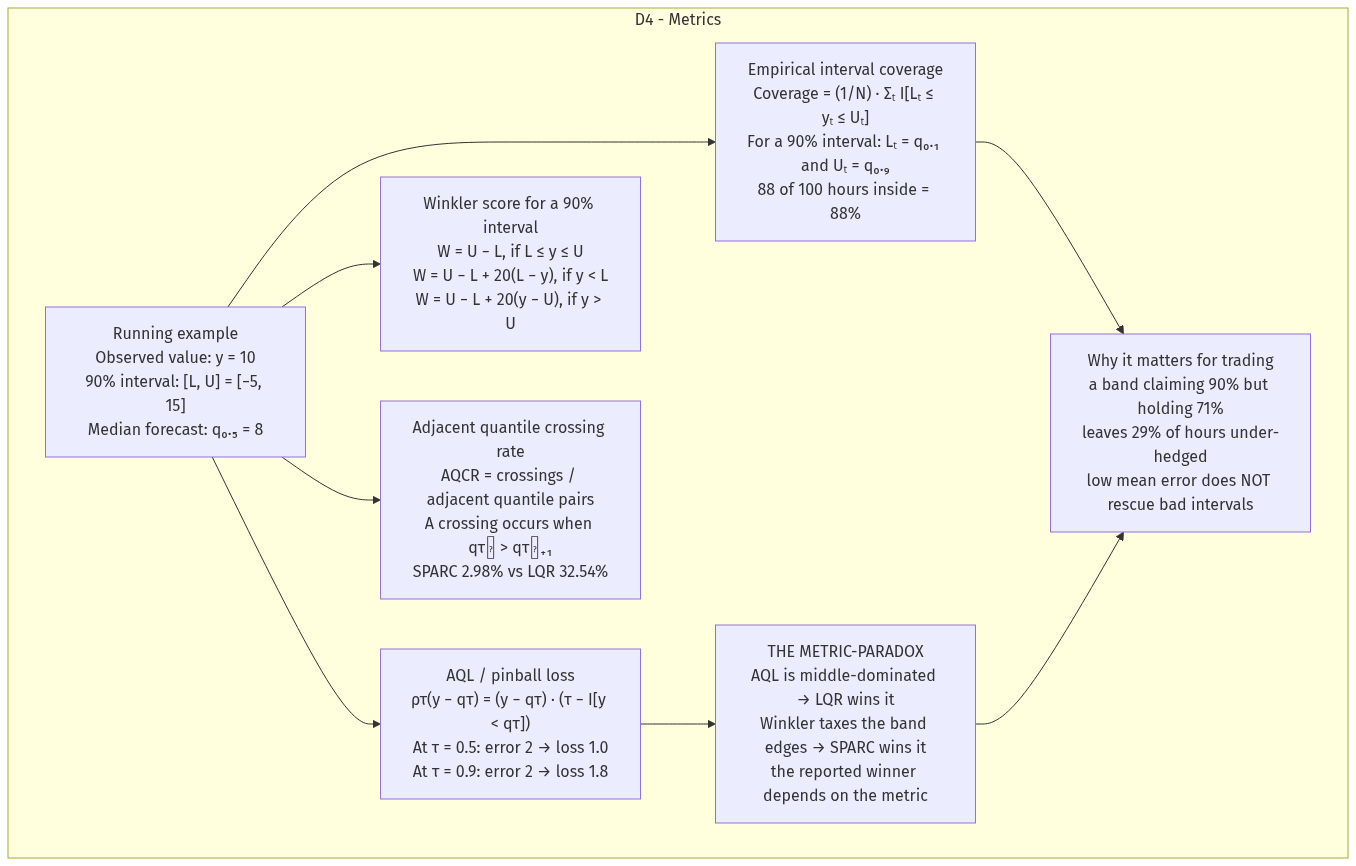
L1ZLe/ercot-casp-paper keeps this Mermaid diagram as docs/explanation/06-sparc-flow-05-G_D4.png. Above is the earlier version. Its source is kept beside it as docs/explanation/06-sparc-flow-05-G_D4.mmd.
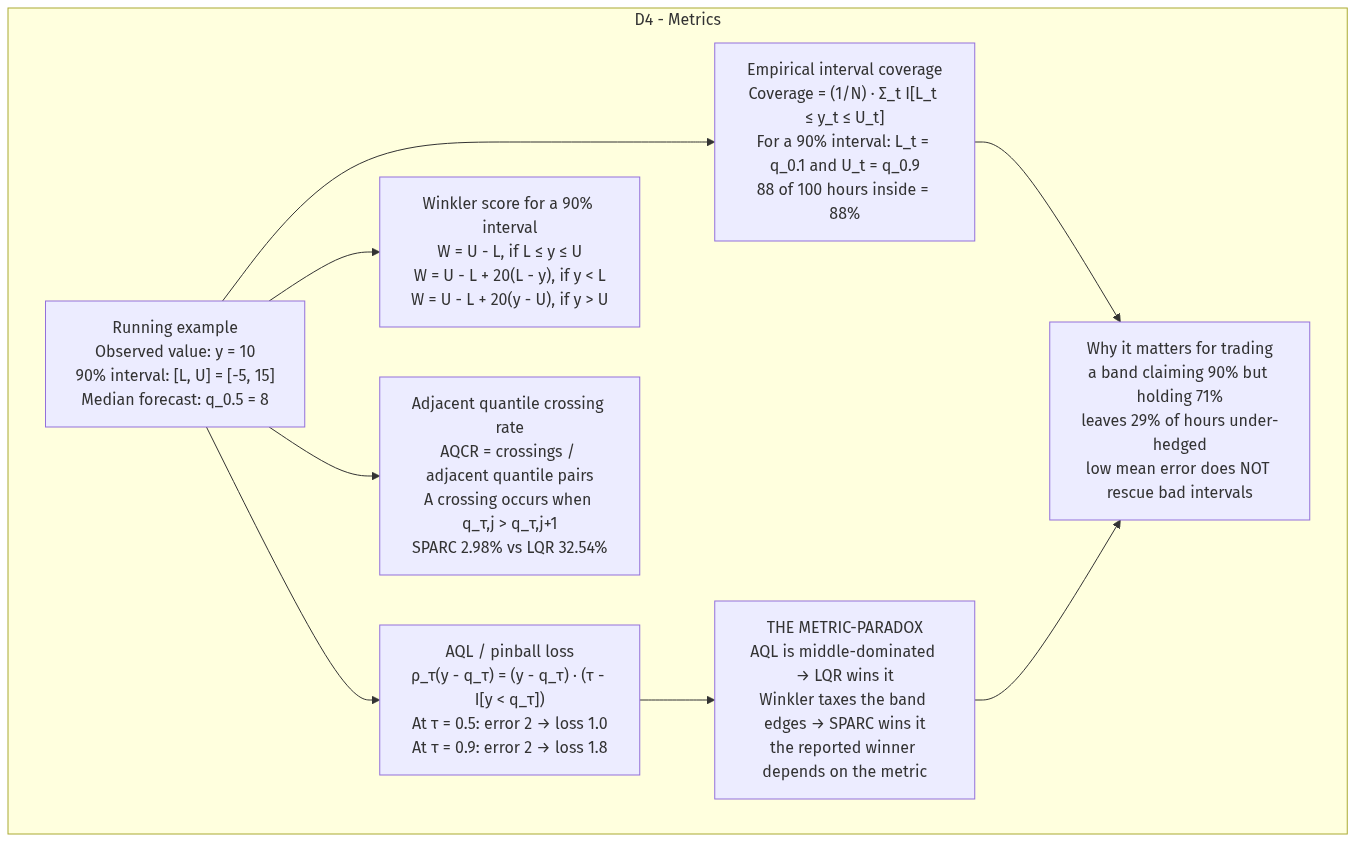
Above is the later version.

What changed in the source:
```diff
@@ -1,13 +1,13 @@
 flowchart TD
 subgraph G_D4["D4 - Metrics"]
-    EX_D4["Running example<br/>Observed value: y = 10<br/>90% interval: [L, U] = [−5, 15]<br/>Median forecast: q₀.₅ = 8"] --> AQL
+    EX_D4["Running example<br/>Observed value: y = 10<br/>90% interval: [L, U] = [-5, 15]<br/>Median forecast: q_0.5 = 8"] --> AQL
     EX_D4 --> COV
     EX_D4 --> WINK
     EX_D4 --> AQCR
-    AQL["AQL / pinball loss<br/>ρτ(y − qτ) = (y − qτ) · (τ − I[y &lt; qτ])<br/>At τ = 0.5: error 2 → loss 1.0<br/>At τ = 0.9: error 2 → loss 1.8"]
-    COV["Empirical interval coverage<br/>Coverage = (1/N) · Σₜ I[Lₜ ≤ yₜ ≤ Uₜ]<br/>For a 90% interval: Lₜ = q₀.₁ and Uₜ = q₀.₉<br/>88 of 100 hours inside = 88%"]
-    WINK["Winkler score for a 90% interval<br/>W = U − L, if L ≤ y ≤ U<br/>W = U − L + 20(L − y), if y &lt; L<br/>W = U − L + 20(y − U), if y &gt; U"]
-    AQCR["Adjacent quantile crossing rate<br/>AQCR = crossings / adjacent quantile pairs<br/>A crossing occurs when qτⱼ &gt; qτⱼ₊₁<br/>SPARC 2.98% vs LQR 32.54%"]
+    AQL["AQL / pinball loss<br/>ρ_τ(y - q_τ) = (y - q_τ) · (τ - I[y &lt; q_τ])<br/>At τ = 0.5: error 2 → loss 1.0<br/>At τ = 0.9: error 2 → loss 1.8"]
+    COV["Empirical interval coverage<br/>Coverage = (1/N) · Σ_t I[L_t ≤ y_t ≤ U_t]<br/>For a 90% interval: L_t = q_0.1 and U_t = q_0.9<br/>88 of 100 hours inside = 88%"]
+    WINK["Winkler score for a 90% interval<br/>W = U - L, if L ≤ y ≤ U<br/>W = U - L + 20(L - y), if y &lt; L<br/>W = U - L + 20(y - U), if y &gt; U"]
+    AQCR["Adjacent quantile crossing rate<br/>AQCR = crossings / adjacent quantile pairs<br/>A crossing occurs when q_τ,j &gt; q_τ,j+1<br/>SPARC 2.98% vs LQR 32.54%"]
     AQL --> PARADOX["THE METRIC-PARADOX<br/>AQL is middle-dominated → LQR wins it<br/>Winkler taxes the band edges → SPARC wins it<br/>the reported winner depends on the metric"]
     COV --> TRADE["Why it matters for trading<br/>a band claiming 90% but holding 71%<br/>leaves 29% of hours under-hedged<br/>low mean error does NOT rescue bad intervals"]
     PARADOX --> TRADE
```
